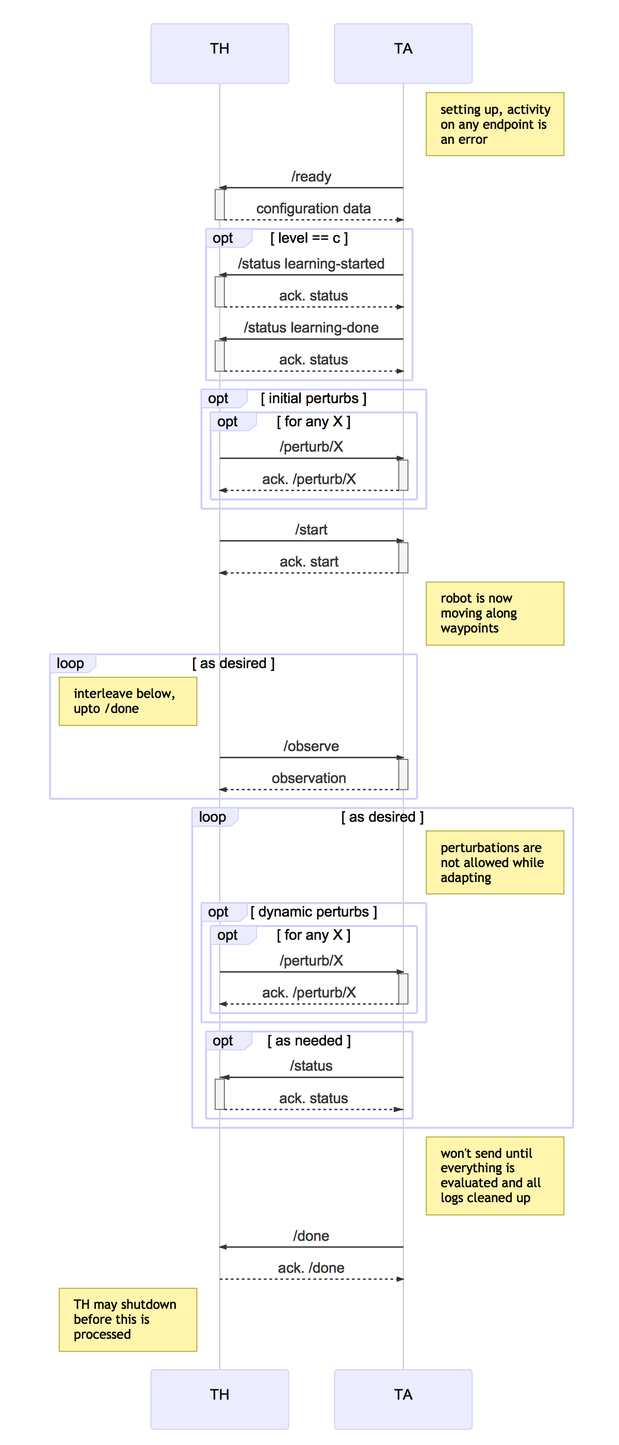
Earlier version of the Mermaid export documents/sequences/cp1.mmd.png (cmu-mars/cmu-robotics). Its source is kept beside it as documents/sequences/cp1.mmd.
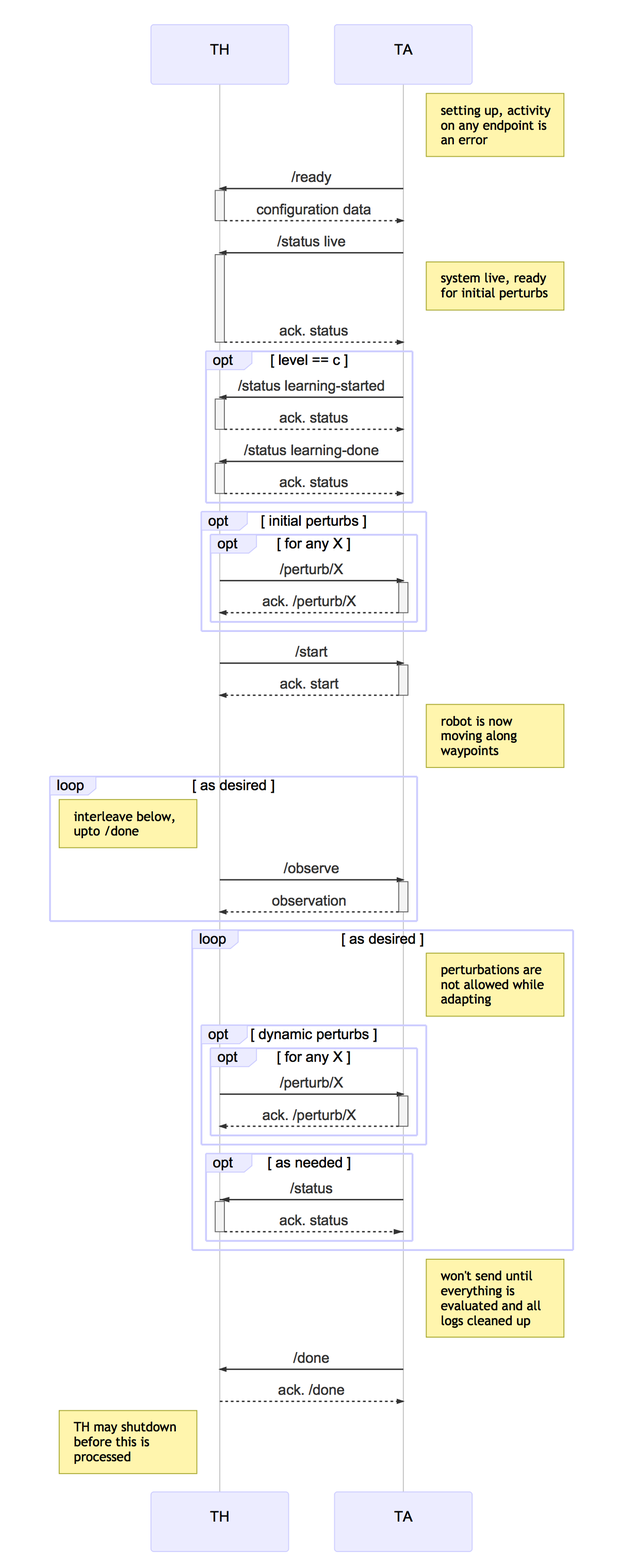
The same diagram one commit later.

Commit message:
updating sequence diagram to have live status

The edit, as a diff of the source:
```diff
@@ -6,6 +6,10 @@
 
         TA ->>+ TH: /ready
         TH -->>- TA: configuration data
+
+        TA ->>+ TH: /status live
+        Note right of TA: system live, ready for initial perturbs
+        TH -->>- TA: ack. status
 
 	opt level == c
 	        TA ->>+ TH: /status learning-started
```
